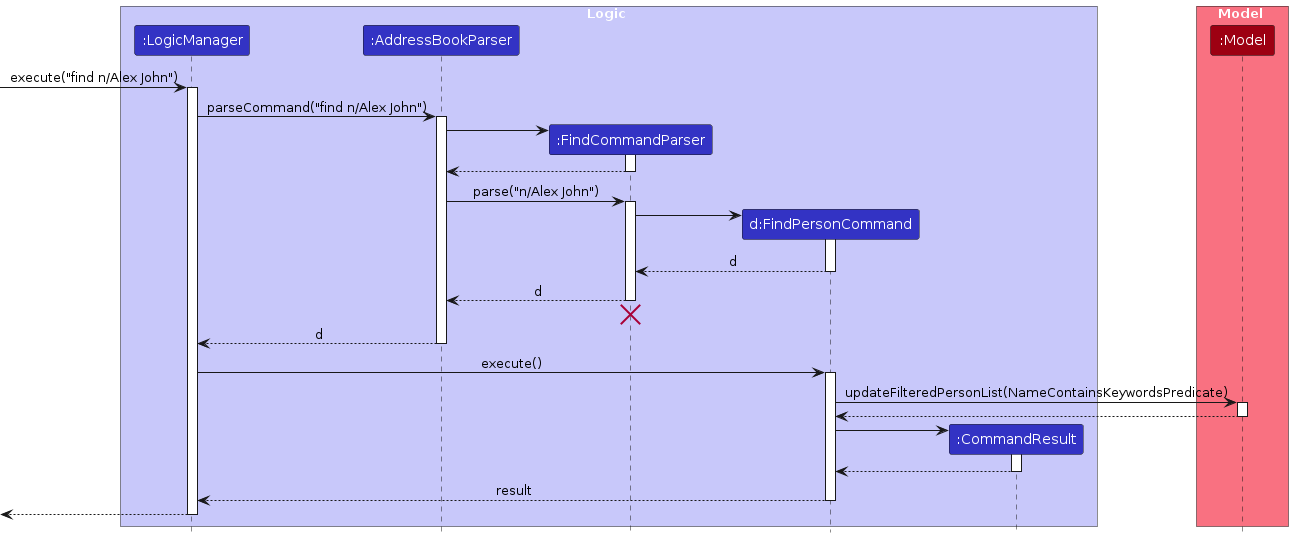
AY2324S1-CS2103T-T10-3/tp keeps this PlantUML diagram as diagrams/FindPersonSequenceDiagram.png. Above is the earlier version. Its source is kept beside it as diagrams/FindPersonSequenceDiagram.puml. Source of this version:
```plantuml
@startuml
!include style.puml
skinparam ArrowFontStyle plain

box Logic LOGIC_COLOR_T1
participant ":LogicManager" as LogicManager LOGIC_COLOR
participant ":AddressBookParser" as AddressBookParser LOGIC_COLOR
participant ":FindCommandParser" as FindCommandParser LOGIC_COLOR
participant "d:FindPersonCommand" as FindPersonCommand LOGIC_COLOR
participant ":CommandResult" as CommandResult LOGIC_COLOR
end box

box Model MODEL_COLOR_T1
participant ":Model" as Model MODEL_COLOR
end box

[-> LogicManager : execute("find n/Alex John")
activate LogicManager

LogicManager -> AddressBookParser : parseCommand("find n/Alex John")
activate AddressBookParser

create FindCommandParser
AddressBookParser -> FindCommandParser
activate FindCommandParser

FindCommandParser --> AddressBookParser
deactivate FindCommandParser

AddressBookParser -> FindCommandParser : parse("n/Alex John")
activate FindCommandParser

create FindPersonCommand
FindCommandParser -> FindPersonCommand
activate FindPersonCommand

FindPersonCommand --> FindCommandParser : d
deactivate FindPersonCommand

FindCommandParser --> AddressBookParser : d
deactivate FindCommandParser
FindCommandParser -[hidden]-> AddressBookParser
destroy FindCommandParser

AddressBookParser --> LogicManager : d
deactivate AddressBookParser

LogicManager -> FindPersonCommand : execute()
activate FindPersonCommand

FindPersonCommand -> Model : updateFilteredPersonList(NameContainsKeywordsPredicate)
activate Model

Model --> FindPersonCommand
deactivate Model

create CommandResult
FindPersonCommand -> CommandResult
activate CommandResult

CommandResult --> FindPersonCommand
deactivate CommandResult

FindPersonCommand --> LogicManager : result
deactivate FindPersonCommand

[<--LogicManager
deactivate LogicManager
@enduml
```
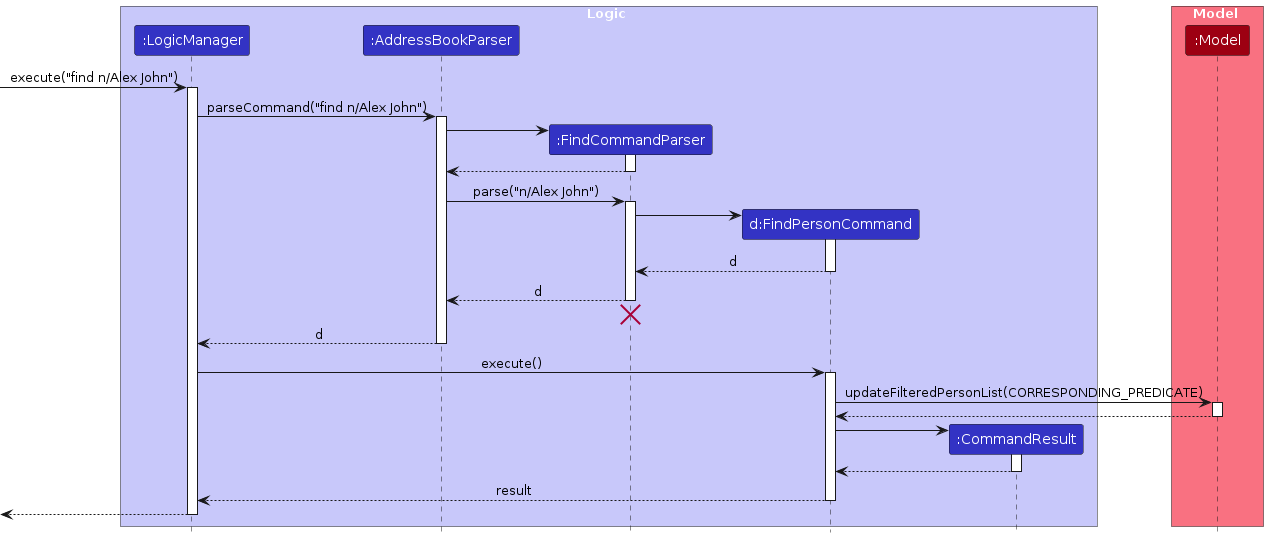
The same file after the commit.

Change to the diagram source:
```diff
@@ -48,7 +48,7 @@
 LogicManager -> FindPersonCommand : execute()
 activate FindPersonCommand
 
-FindPersonCommand -> Model : updateFilteredPersonList(NameContainsKeywordsPredicate)
+FindPersonCommand -> Model : updateFilteredPersonList(CORRESPONDING_PREDICATE)
 activate Model
 
 Model --> FindPersonCommand
```
